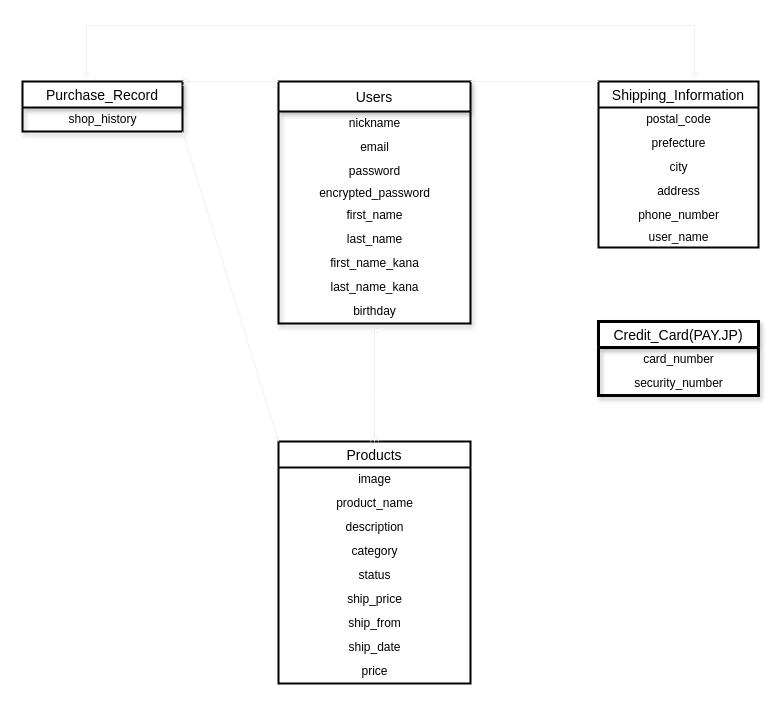
The draw.io diagram ER図.dio in TomokiYatsunami/furima-35529, before the edit. Source tidied: cells renumbered, new cells numbered last; positions are measured from the earlier drawing's top-left corner, leaving out a move shared by most shapes. Both pictures are drawn from the tidied source at 100%, with x=0, y=0 at pixel (22, 25).
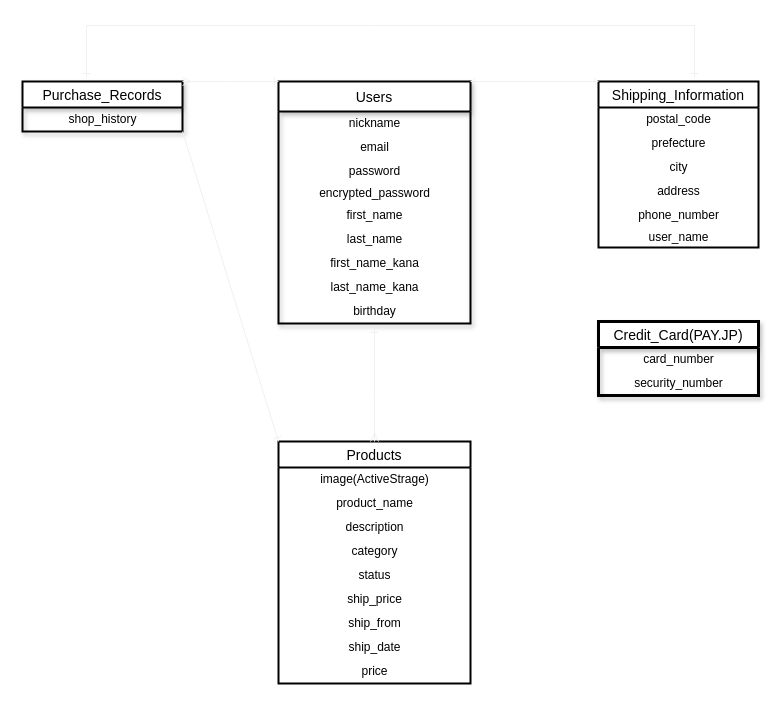
The same diagram, later.

Unchanged cells that the change refers to:
```xml
<mxCell id="12" value="Products" style="swimlane;fontStyle=0;horizontal=1;startSize=26;align=center;fontSize=14;strokeWidth=2;" parent="1" vertex="1">
  <mxGeometry x="256" y="416" width="192" height="242" as="geometry" />
</mxCell>
```

Diff of the diagram source:
```diff
@@
-    <mxCell id="13" value="image" style="text;html=1;align=center;verticalAlign=middle;" parent="12" vertex="1">
+    <mxCell id="13" value="image(ActiveStrage)" style="text;html=1;align=center;verticalAlign=middle;" parent="12" vertex="1">
       <mxGeometry y="26" width="192" height="24" as="geometry" />
     </mxCell>
@@
-    <mxCell id="31" value="Purchase_Record" style="swimlane;fontStyle=0;horizontal=1;startSize=26;align=center;fontSize=14;shadow=1;strokeWidth=2;" parent="1" vertex="1">
+    <mxCell id="31" value="Purchase_Records" style="swimlane;fontStyle=0;horizontal=1;startSize=26;align=center;fontSize=14;shadow=1;strokeWidth=2;" parent="1" vertex="1">
       <mxGeometry y="56" width="160" height="50" as="geometry" />
     </mxCell>
```
